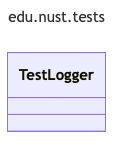
Above: uml/generated/png/package_edu_nust_tests.png in zombie-zero-nust/zombie-zero (Mermaid), before the change. Its source is kept beside it as uml/generated/mmd/package_edu_nust_tests.mmd.
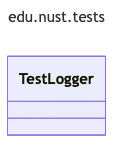
The same diagram one commit later.

Diff of the diagram source:
```diff
@@ -2,11 +2,11 @@
 title: edu.nust.tests
 config:
   look: classic
-  layout: dagre
+  layout: elk
   flowchart:
     curve: linear
   class:
     defaultRenderer: dagre-wrapper
 ---
 classDiagram
-class TestLogger
+  class TestLogger
```
